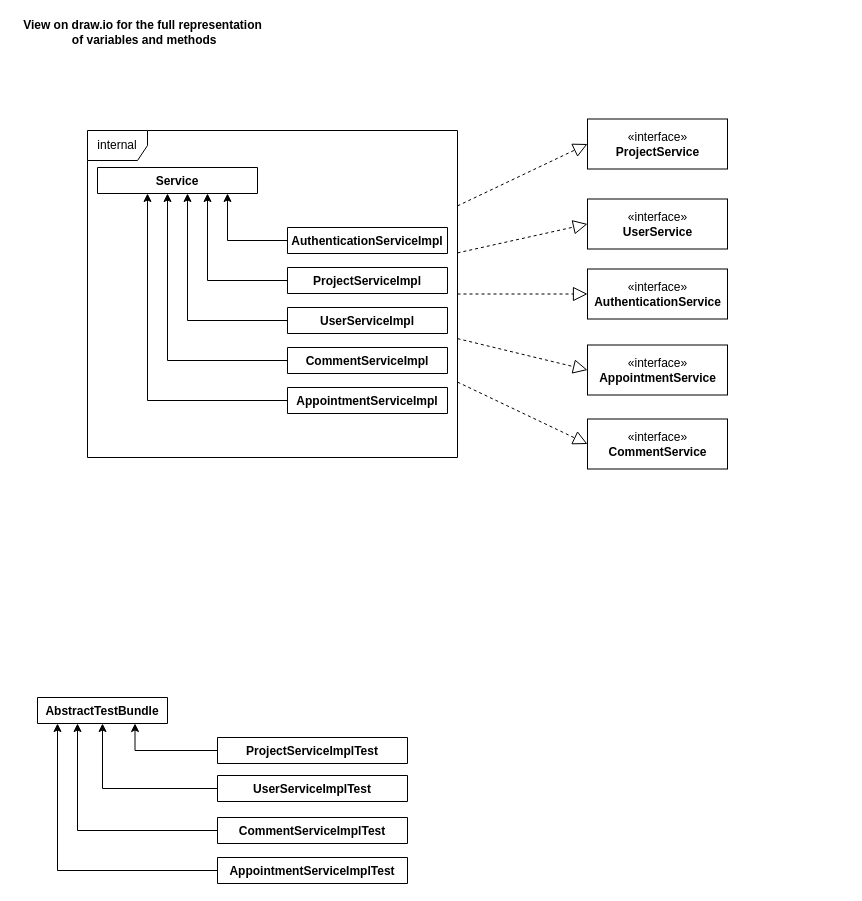
Earlier version of the draw.io diagram page "service" (2 of 6) of docu/DEV docu/Class Diagram.drawio (PongEqualsNPong/swp-2020). Source tidied: cells renumbered, new cells numbered last; positions are measured from the earlier drawing's top-left corner, leaving out a move shared by most shapes. Both pictures are drawn from the tidied source at 100%, with x=0, y=0 at pixel (17, 17).
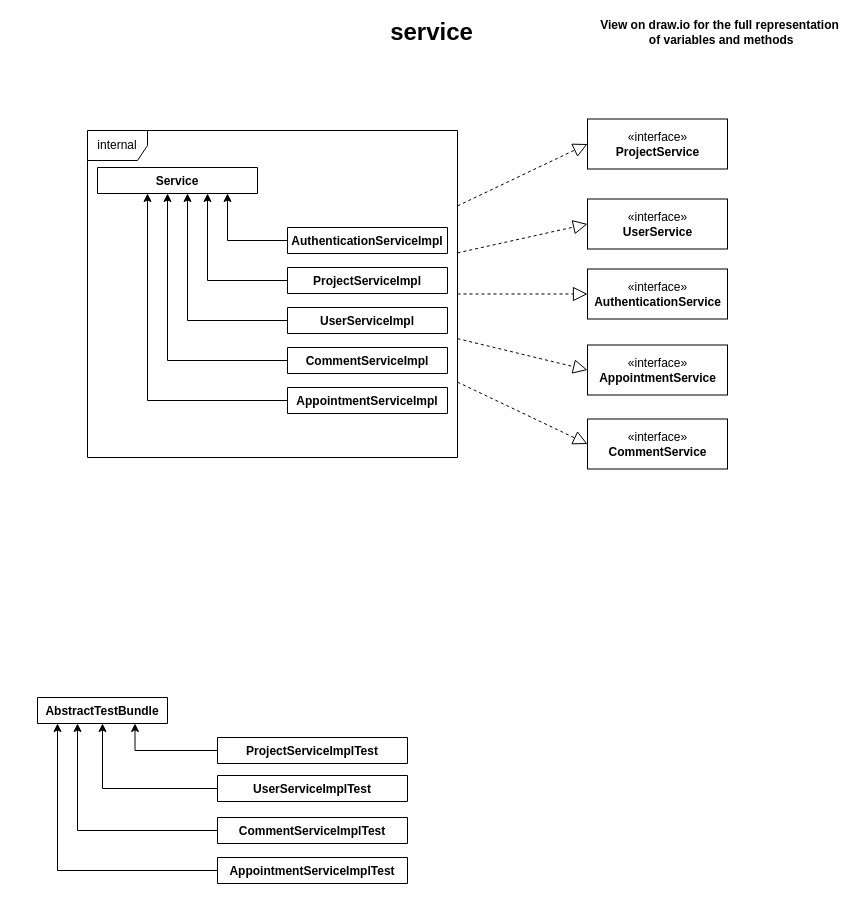
Above is the later version.

Diff of the diagram source:
```diff
@@
     <mxCell id="33" value="&lt;b&gt;View on draw.io for the full representation&lt;br&gt;&amp;nbsp;of variables and methods&lt;/b&gt;" style="text;html=1;align=center;verticalAlign=middle;" parent="1" vertex="1">
-      <mxGeometry width="250" height="30" as="geometry" />
+      <mxGeometry x="577" width="250" height="30" as="geometry" />
     </mxCell>
+    <mxCell id="34" value="&lt;font style=&quot;font-size: 24px&quot;&gt;&lt;b&gt;service&lt;/b&gt;&lt;/font&gt;" style="text;html=1;align=center;verticalAlign=middle;" parent="1" vertex="1">
+      <mxGeometry x="364" y="5" width="100" height="20" as="geometry" />
+    </mxCell>
```
